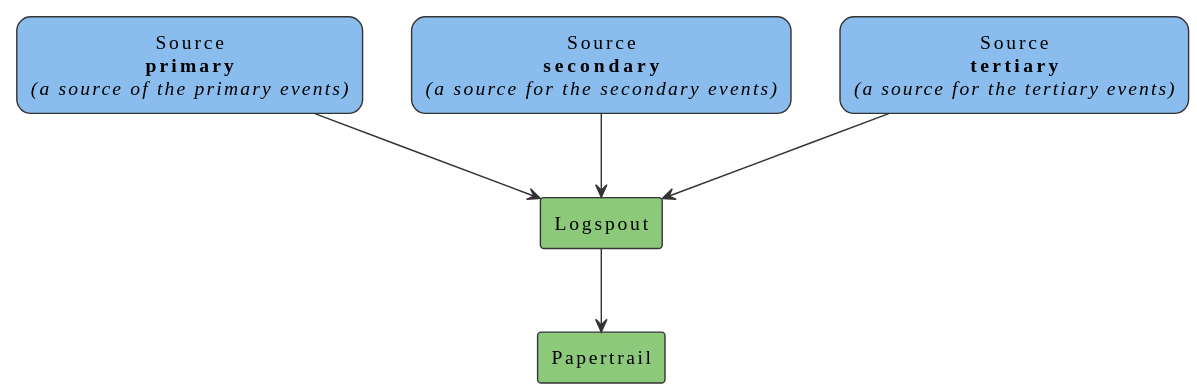
Above: diagram/flow.svg in krzysztofzaucha/logspout-playground (PlantUML), before the change.
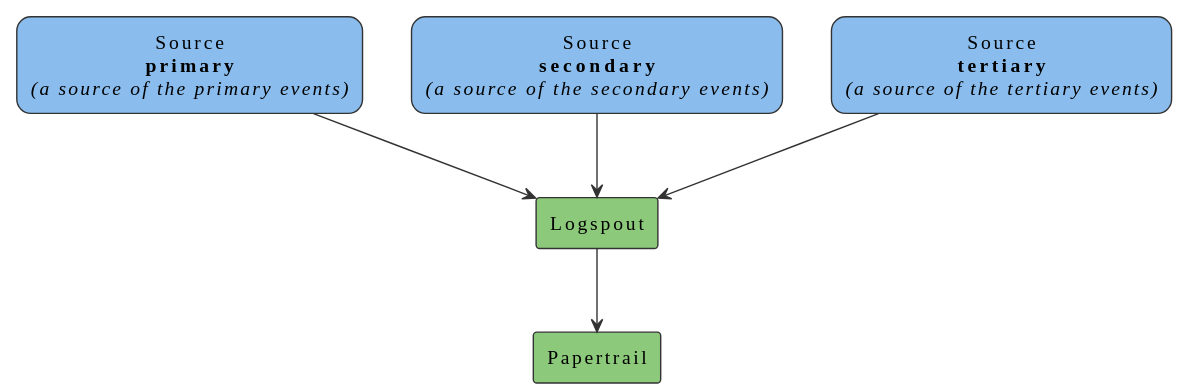
Later version of the same file.

Commit message:
main(multiple): correct diagram

The edit, as a diff of the source:
```diff
@@ -27,8 +27,8 @@
 }
 
 rectangle "Source\n**primary**\n//(a source of the primary events)//" as sourceprimary <<round20>> #8abded
-rectangle "Source\n**secondary**\n//(a source for the secondary events)//" as sourcesecondary <<round20>> #8abded
-rectangle "Source\n**tertiary**\n//(a source for the tertiary events)//" as sourcetertiary <<round20>> #8abded
+rectangle "Source\n**secondary**\n//(a source of the secondary events)//" as sourcesecondary <<round20>> #8abded
+rectangle "Source\n**tertiary**\n//(a source of the tertiary events)//" as sourcetertiary <<round20>> #8abded
 
 rectangle "Logspout" as logspout #8cc97b
 rectangle "Papertrail" as papertrail #8cc97b
```
